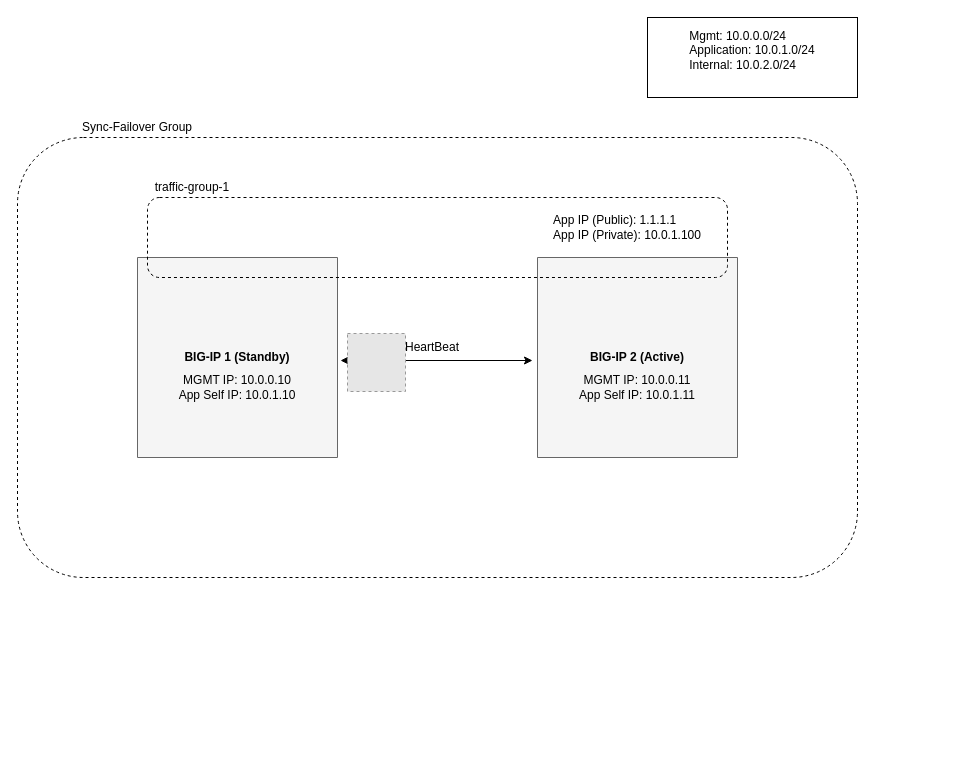
This is contributing/images/src/FailoverExtensionHighLevelAfter.drawio.xml from F5Networks/f5-cloud-failover-extension, a draw.io file, before an edit. Source tidied: cells renumbered, new cells numbered last; positions are measured from the earlier drawing's top-left corner, leaving out a move shared by most shapes. Both pictures are drawn from the tidied source at 100%, with x=0, y=0 at pixel (17, 17). Pictures stored in the file or linked from it are replaced by grey dashed boxes.
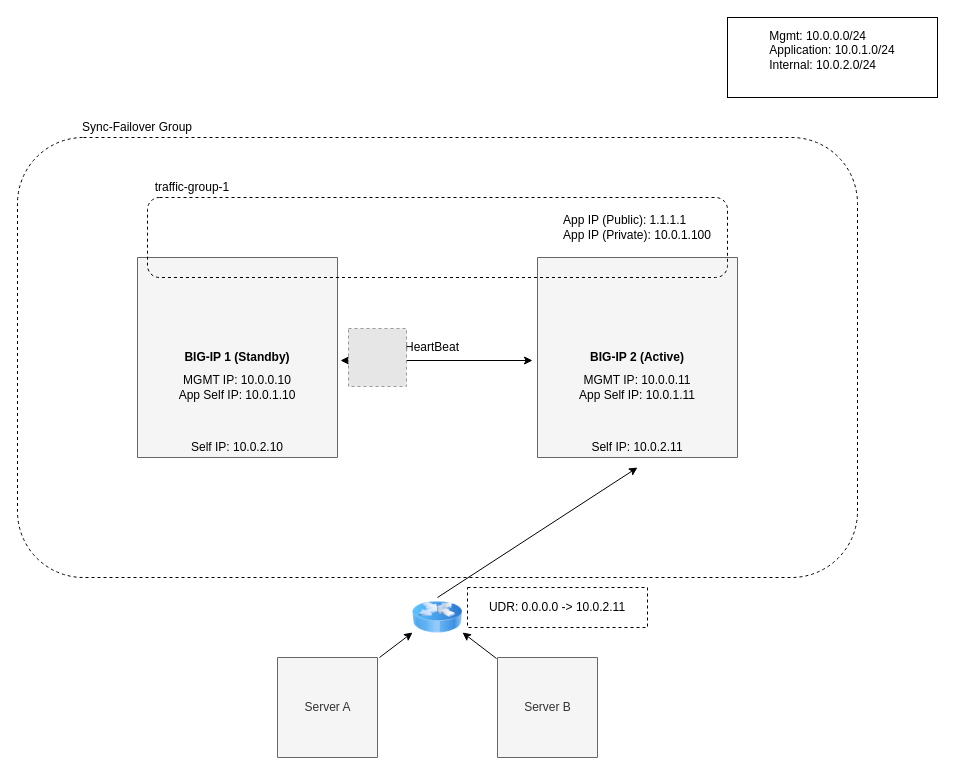
The same diagram, later.

Commit message (it also covers changes not shown here):
add route failover to high level failover event diagram

The edit, as a diff of the source:
```diff
@@
     <mxCell id="7" value="&lt;div style=&quot;text-align: left&quot;&gt;Mgmt: 10.0.0.0/24&lt;/div&gt;&lt;div style=&quot;text-align: left&quot;&gt;Application: 10.0.1.0/24&lt;/div&gt;&lt;div style=&quot;text-align: left&quot;&gt;Internal: 10.0.2.0/24&lt;/div&gt;&lt;br&gt;" style="text;html=1;strokeColor=#000000;fillColor=none;align=center;verticalAlign=middle;whiteSpace=wrap;rounded=0;" parent="1" vertex="1">
-      <mxGeometry x="630" width="210" height="80" as="geometry" />
+      <mxGeometry x="710" width="210" height="80" as="geometry" />
     </mxCell>
@@
     <mxCell id="14" value="&lt;div style=&quot;text-align: left&quot;&gt;App IP (Public): 1.1.1.1&lt;br&gt;&lt;/div&gt;&lt;div&gt;&lt;div style=&quot;text-align: left&quot;&gt;App IP (Private): 10.0.1.100&lt;/div&gt;&lt;/div&gt;" style="text;html=1;strokeColor=none;fillColor=none;align=center;verticalAlign=middle;whiteSpace=wrap;rounded=0;dashed=1;" parent="1" vertex="1">
-      <mxGeometry x="530" y="190" width="160" height="40" as="geometry" />
+      <mxGeometry x="515" y="190" width="210" height="40" as="geometry" />
     </mxCell>
@@
-    <mxCell id="16" style="fillColor=#E6E6E6;strokeColor=#999999;dashed=1;html=1;verticalAlign=top;verticalLabelPosition=bottom;labelBackgroundColor=#ffffff;fontColor=none;align=center;" parent="1" vertex="1">
-      <mxGeometry x="330" y="316" width="58" height="58" as="geometry" />
-    </mxCell>
+    <mxCell id="17" value="Server A" style="verticalLabelPosition=middle;verticalAlign=middle;html=1;shape=mxgraph.basic.rect;fillColor=#f5f5f5;fillColor2=none;strokeColor=#666666;strokeWidth=1;size=20;indent=5;fontColor=#333333;labelPosition=center;align=center;" parent="1" vertex="1">
+      <mxGeometry x="260" y="640" width="100" height="100" as="geometry" />
+    </mxCell>
+    <mxCell id="18" value="Server B" style="verticalLabelPosition=middle;verticalAlign=middle;html=1;shape=mxgraph.basic.rect;fillColor=#f5f5f5;fillColor2=none;strokeColor=#666666;strokeWidth=1;size=20;indent=5;fontColor=#333333;labelPosition=center;align=center;" parent="1" vertex="1">
+      <mxGeometry x="480" y="640" width="100" height="100" as="geometry" />
+    </mxCell>
+    <mxCell id="19" style="image;html=1;labelBackgroundColor=#ffffff;image=img/lib/clip_art/networking/Router_Icon_128x128.png;" parent="1" vertex="1">
+      <mxGeometry x="395" y="570" width="50" height="60" as="geometry" />
+    </mxCell>
+    <mxCell id="20" value="Self IP: 10.0.2.10&lt;br&gt;" style="text;html=1;strokeColor=none;fillColor=none;align=center;verticalAlign=middle;whiteSpace=wrap;rounded=0;" parent="1" vertex="1">
+      <mxGeometry x="160" y="410" width="120" height="40" as="geometry" />
+    </mxCell>
+    <mxCell id="21" value="Self IP: 10.0.2.11&lt;br&gt;" style="text;html=1;strokeColor=none;fillColor=none;align=center;verticalAlign=middle;whiteSpace=wrap;rounded=0;" parent="1" vertex="1">
+      <mxGeometry x="560" y="410" width="120" height="40" as="geometry" />
+    </mxCell>
+    <mxCell id="22" style="endArrow=classic;html=1;exitX=1.02;exitY=0;exitDx=0;exitDy=0;exitPerimeter=0;entryX=0;entryY=0.75;entryDx=0;entryDy=0;" parent="1" edge="1" source="17" target="19">
+      <mxGeometry relative="1" as="geometry" />
+    </mxCell>
+    <mxCell id="23" style="endArrow=classic;html=1;" parent="1" edge="1">
+      <mxGeometry relative="1" as="geometry">
+        <mxPoint x="479" y="641" as="sourcePoint" />
+        <mxPoint x="445" y="615" as="targetPoint" />
+      </mxGeometry>
+    </mxCell>
+    <mxCell id="24" style="endArrow=classic;html=1;entryX=0.5;entryY=1;entryDx=0;entryDy=0;" parent="1" edge="1" target="21">
+      <mxGeometry relative="1" as="geometry">
+        <mxPoint x="420" y="580" as="sourcePoint" />
+      </mxGeometry>
+    </mxCell>
+    <mxCell id="25" value="UDR: 0.0.0.0 -&amp;gt; 10.0.2.11" style="rounded=0;whiteSpace=wrap;html=1;dashed=1;fillColor=none;" parent="1" vertex="1">
+      <mxGeometry x="450" y="570" width="180" height="40" as="geometry" />
+    </mxCell>
+    <mxCell id="26" style="fillColor=#E6E6E6;strokeColor=#999999;dashed=1;html=1;verticalAlign=top;verticalLabelPosition=bottom;labelBackgroundColor=#ffffff;" parent="1" vertex="1">
+      <mxGeometry x="331" y="311" width="58" height="58" as="geometry" />
+    </mxCell>
```
